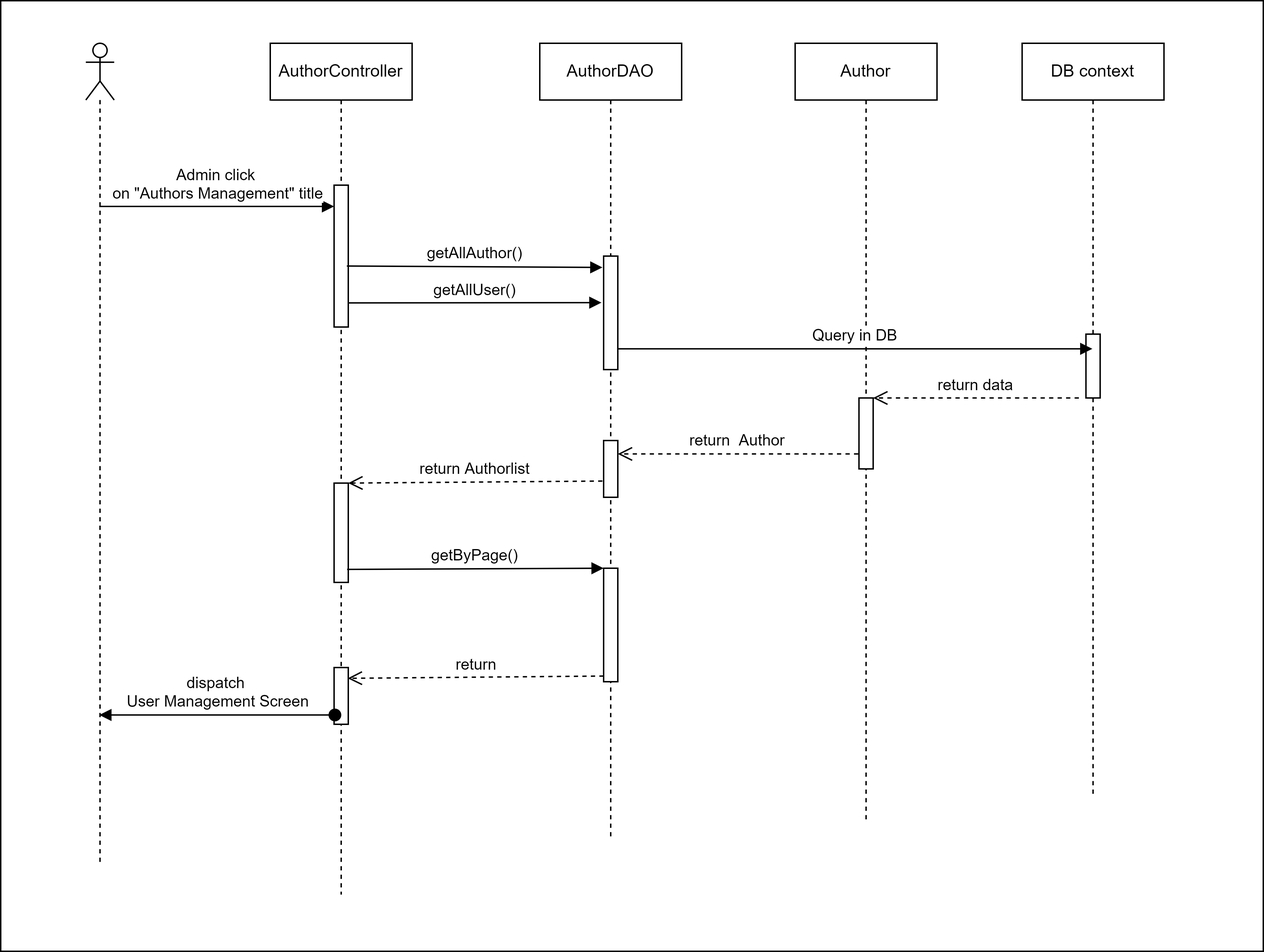
Earlier version of the draw.io export pic/te3-Trang-2.drawio.png (baspdd/desktop-tutorial). Source tidied: cells renumbered, new cells last; positions are measured from the earlier drawing's top-left corner, leaving out a move shared by most shapes. The source it was exported from:
```xml
<mxGraphModel>
  <root>
    <mxCell id="0" />
    <mxCell id="1" parent="0" />
    <mxCell id="2" style="rounded=0;whiteSpace=wrap;html=1;" parent="1" vertex="1">
      <mxGeometry width="890" height="670" as="geometry" />
    </mxCell>
    <mxCell id="3" style="shape=umlLifeline;participant=umlActor;perimeter=lifelinePerimeter;whiteSpace=wrap;html=1;verticalAlign=top;spacingTop=36;outlineConnect=0;" parent="1" vertex="1">
      <mxGeometry x="60" y="30" width="20" height="580" as="geometry" />
    </mxCell>
    <mxCell id="4" value="AuthorController" style="shape=umlLifeline;perimeter=lifelinePerimeter;whiteSpace=wrap;html=1;" parent="1" vertex="1">
      <mxGeometry x="190" y="30" width="100" height="600" as="geometry" />
    </mxCell>
    <mxCell id="5" style="html=1;points=[];perimeter=orthogonalPerimeter;" parent="4" vertex="1">
      <mxGeometry x="45" y="100" width="10" height="100" as="geometry" />
    </mxCell>
    <mxCell id="6" style="html=1;points=[];perimeter=orthogonalPerimeter;" parent="4" vertex="1">
      <mxGeometry x="45" y="310" width="10" height="70" as="geometry" />
    </mxCell>
    <mxCell id="7" style="html=1;points=[];perimeter=orthogonalPerimeter;" parent="4" vertex="1">
      <mxGeometry x="45" y="440" width="10" height="40" as="geometry" />
    </mxCell>
    <mxCell id="8" value="AuthorDAO" style="shape=umlLifeline;perimeter=lifelinePerimeter;whiteSpace=wrap;html=1;" parent="1" vertex="1">
      <mxGeometry x="380" y="30" width="100" height="560" as="geometry" />
    </mxCell>
    <mxCell id="9" style="html=1;points=[];perimeter=orthogonalPerimeter;" parent="8" vertex="1">
      <mxGeometry x="45" y="150" width="10" height="80" as="geometry" />
    </mxCell>
    <mxCell id="10" style="html=1;points=[];perimeter=orthogonalPerimeter;" parent="8" vertex="1">
      <mxGeometry x="45" y="280" width="10" height="40" as="geometry" />
    </mxCell>
    <mxCell id="11" style="html=1;points=[];perimeter=orthogonalPerimeter;" parent="8" vertex="1">
      <mxGeometry x="45" y="370" width="10" height="80" as="geometry" />
    </mxCell>
    <mxCell id="12" value="Author" style="shape=umlLifeline;perimeter=lifelinePerimeter;whiteSpace=wrap;html=1;" parent="1" vertex="1">
      <mxGeometry x="560" y="30" width="100" height="550" as="geometry" />
    </mxCell>
    <mxCell id="13" style="html=1;points=[];perimeter=orthogonalPerimeter;" parent="12" vertex="1">
      <mxGeometry x="45" y="250" width="10" height="50" as="geometry" />
    </mxCell>
    <mxCell id="14" value="DB context" style="shape=umlLifeline;perimeter=lifelinePerimeter;whiteSpace=wrap;html=1;outlineConnect=0;" parent="1" vertex="1">
      <mxGeometry x="720" y="30" width="100" height="530" as="geometry" />
    </mxCell>
    <mxCell id="15" style="html=1;perimeter=orthogonalPerimeter;" parent="14" vertex="1">
      <mxGeometry x="45" y="205" width="10" height="45" as="geometry" />
    </mxCell>
    <mxCell id="16" value="Admin click &lt;br&gt;on &quot;Authors Management&quot; title" style="html=1;verticalAlign=bottom;endArrow=block;rounded=0;entryX=0;entryY=0.15;entryDx=0;entryDy=0;entryPerimeter=0;" parent="1" edge="1" source="3" target="5">
      <mxGeometry relative="1" as="geometry" />
    </mxCell>
    <mxCell id="17" value="Query in DB" style="html=1;verticalAlign=bottom;endArrow=block;rounded=0;exitX=0.948;exitY=0.817;exitDx=0;exitDy=0;exitPerimeter=0;" parent="1" edge="1" source="9" target="14">
      <mxGeometry relative="1" as="geometry" />
    </mxCell>
    <mxCell id="18" value="return data" style="html=1;verticalAlign=bottom;endArrow=open;dashed=1;endSize=8;rounded=0;" parent="1" edge="1" target="13">
      <mxGeometry relative="1" as="geometry">
        <mxPoint x="760" y="280" as="sourcePoint" />
      </mxGeometry>
    </mxCell>
    <mxCell id="19" value="return&amp;nbsp; Author" style="html=1;verticalAlign=bottom;endArrow=open;dashed=1;endSize=8;rounded=0;exitX=-0.052;exitY=0.789;exitDx=0;exitDy=0;exitPerimeter=0;" parent="1" edge="1" source="13" target="10">
      <mxGeometry relative="1" as="geometry" />
    </mxCell>
    <mxCell id="20" value="return Authorlist" style="html=1;verticalAlign=bottom;endArrow=open;dashed=1;endSize=8;rounded=0;exitX=-0.086;exitY=0.714;exitDx=0;exitDy=0;exitPerimeter=0;" parent="1" edge="1" source="10" target="6">
      <mxGeometry relative="1" as="geometry" />
    </mxCell>
    <mxCell id="21" value="getByPage()" style="html=1;verticalAlign=bottom;endArrow=block;entryX=0;entryY=0;rounded=0;exitX=0.92;exitY=0.869;exitDx=0;exitDy=0;exitPerimeter=0;" parent="1" edge="1" source="6" target="11">
      <mxGeometry relative="1" as="geometry" />
    </mxCell>
    <mxCell id="22" value="return" style="html=1;verticalAlign=bottom;endArrow=open;dashed=1;endSize=8;exitX=0;exitY=0.95;rounded=0;entryX=0.96;entryY=0.19;entryDx=0;entryDy=0;entryPerimeter=0;" parent="1" edge="1" source="11" target="7">
      <mxGeometry relative="1" as="geometry" />
    </mxCell>
    <mxCell id="23" value="dispatch &lt;br&gt;User Management Screen" style="html=1;verticalAlign=bottom;startArrow=oval;startFill=1;endArrow=block;startSize=8;rounded=0;exitX=0.057;exitY=0.836;exitDx=0;exitDy=0;exitPerimeter=0;" parent="1" edge="1" source="7" target="3">
      <mxGeometry relative="1" as="geometry" />
    </mxCell>
    <mxCell id="24" value="getAllUser()" style="html=1;verticalAlign=bottom;endArrow=block;rounded=0;exitX=1;exitY=0.83;exitDx=0;exitDy=0;exitPerimeter=0;entryX=-0.155;entryY=0.41;entryDx=0;entryDy=0;entryPerimeter=0;" parent="1" edge="1" source="5" target="9">
      <mxGeometry relative="1" as="geometry" />
    </mxCell>
    <mxCell id="25" value="getAllAuthor()" style="html=1;verticalAlign=bottom;endArrow=block;rounded=0;exitX=0.9;exitY=0.57;exitDx=0;exitDy=0;exitPerimeter=0;entryX=-0.086;entryY=0.1;entryDx=0;entryDy=0;entryPerimeter=0;" parent="1" edge="1" source="5" target="9">
      <mxGeometry relative="1" as="geometry" />
    </mxCell>
  </root>
</mxGraphModel>
```
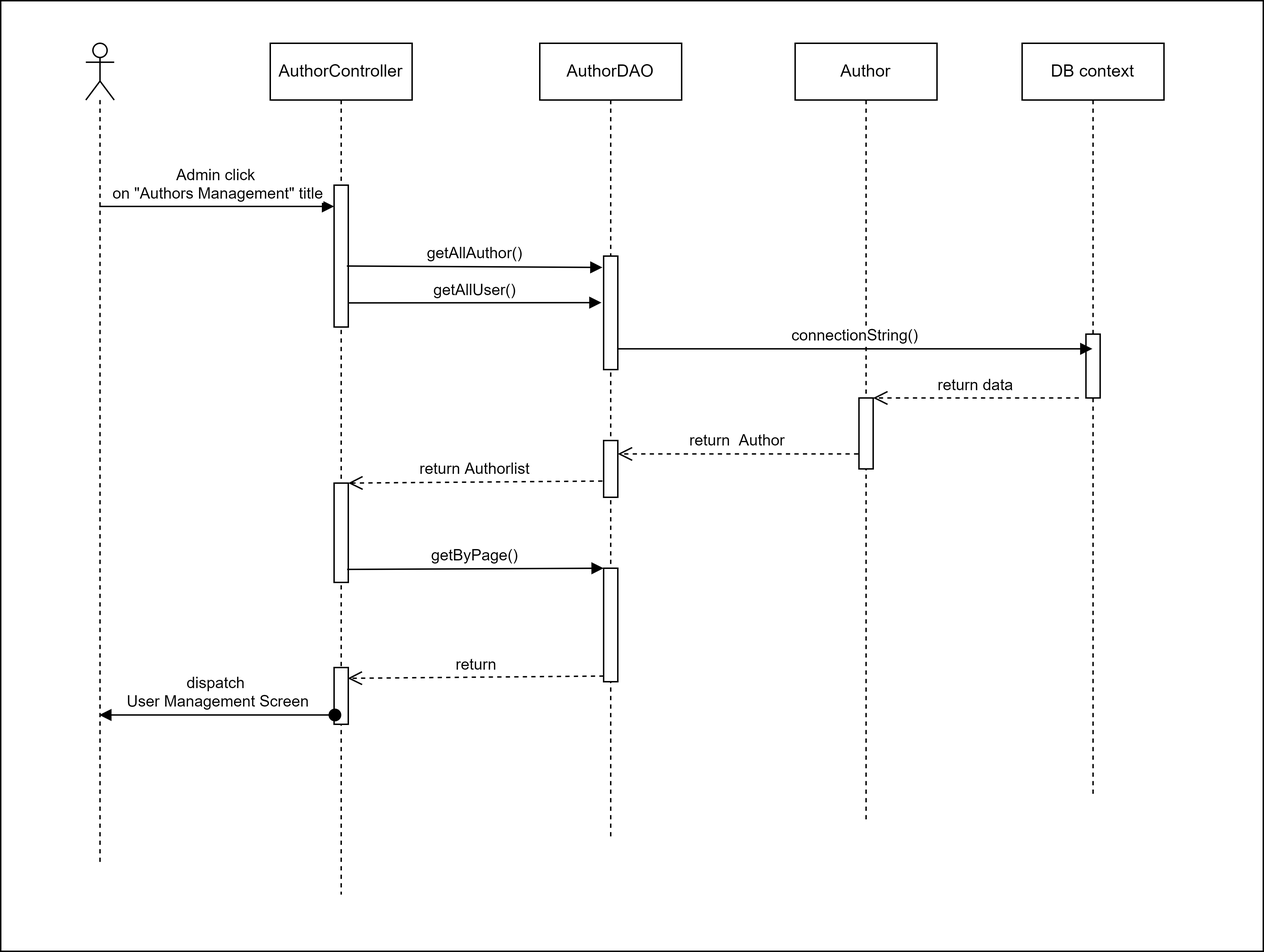
After the change.

What changed in the source:
```diff
@@ -47,7 +47,7 @@
     <mxCell id="16" value="Admin click &lt;br&gt;on &quot;Authors Management&quot; title" style="html=1;verticalAlign=bottom;endArrow=block;rounded=0;entryX=0;entryY=0.15;entryDx=0;entryDy=0;entryPerimeter=0;" parent="1" edge="1" source="3" target="5">
       <mxGeometry relative="1" as="geometry" />
     </mxCell>
-    <mxCell id="17" value="Query in DB" style="html=1;verticalAlign=bottom;endArrow=block;rounded=0;exitX=0.948;exitY=0.817;exitDx=0;exitDy=0;exitPerimeter=0;" parent="1" edge="1" source="9" target="14">
+    <mxCell id="17" value="connectionString()" style="html=1;verticalAlign=bottom;endArrow=block;rounded=0;exitX=0.948;exitY=0.817;exitDx=0;exitDy=0;exitPerimeter=0;" parent="1" edge="1" source="9" target="14">
       <mxGeometry relative="1" as="geometry" />
     </mxCell>
     <mxCell id="18" value="return data" style="html=1;verticalAlign=bottom;endArrow=open;dashed=1;endSize=8;rounded=0;" parent="1" edge="1" target="13">
```
